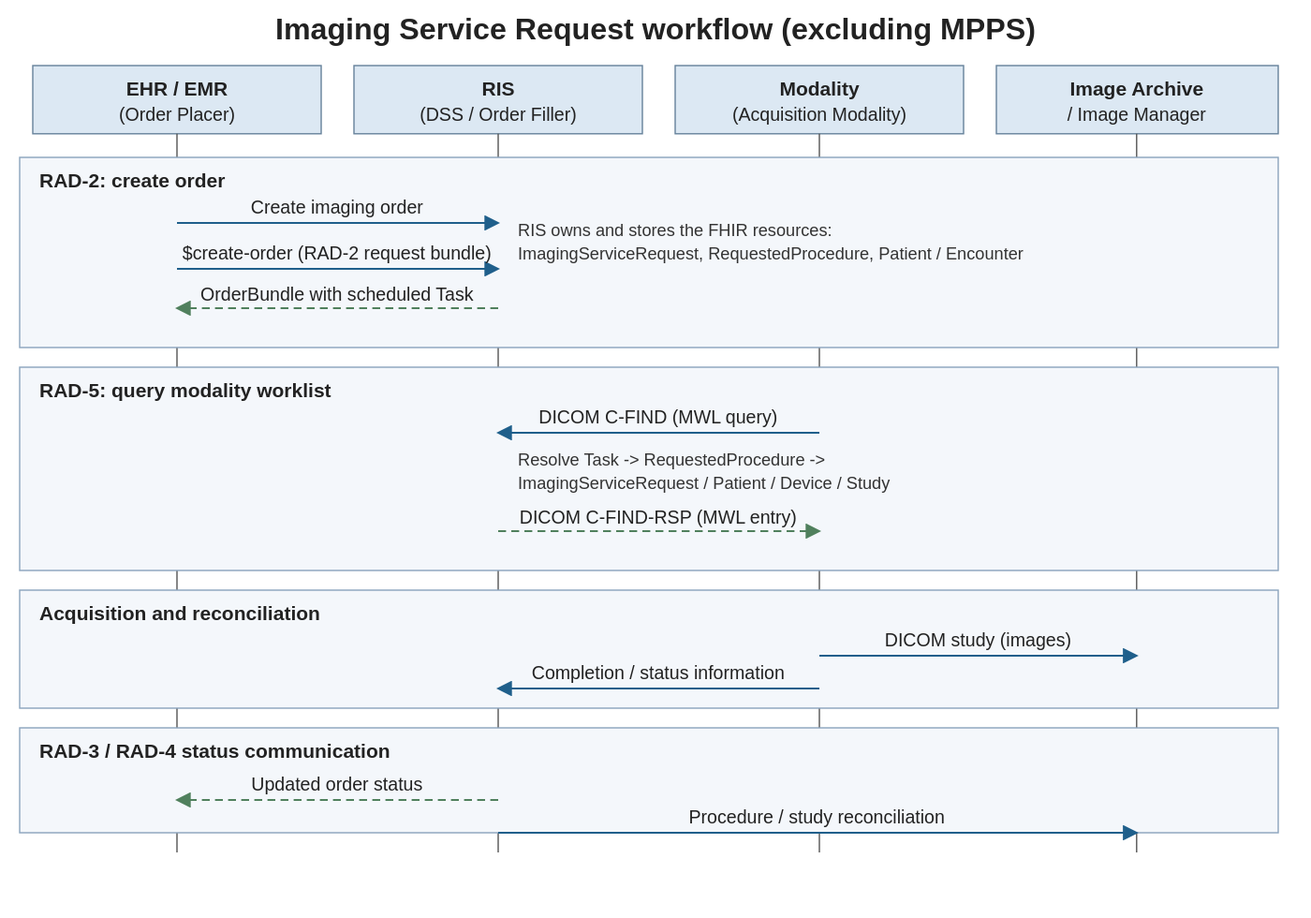
Before: input/images/imaging_service_request_workflow.svg, a diagram exported from PlantUML (HL7/imaging-service-request-ig). Its source is kept beside it as input/images-source/imaging_service_request_workflow.plantuml.
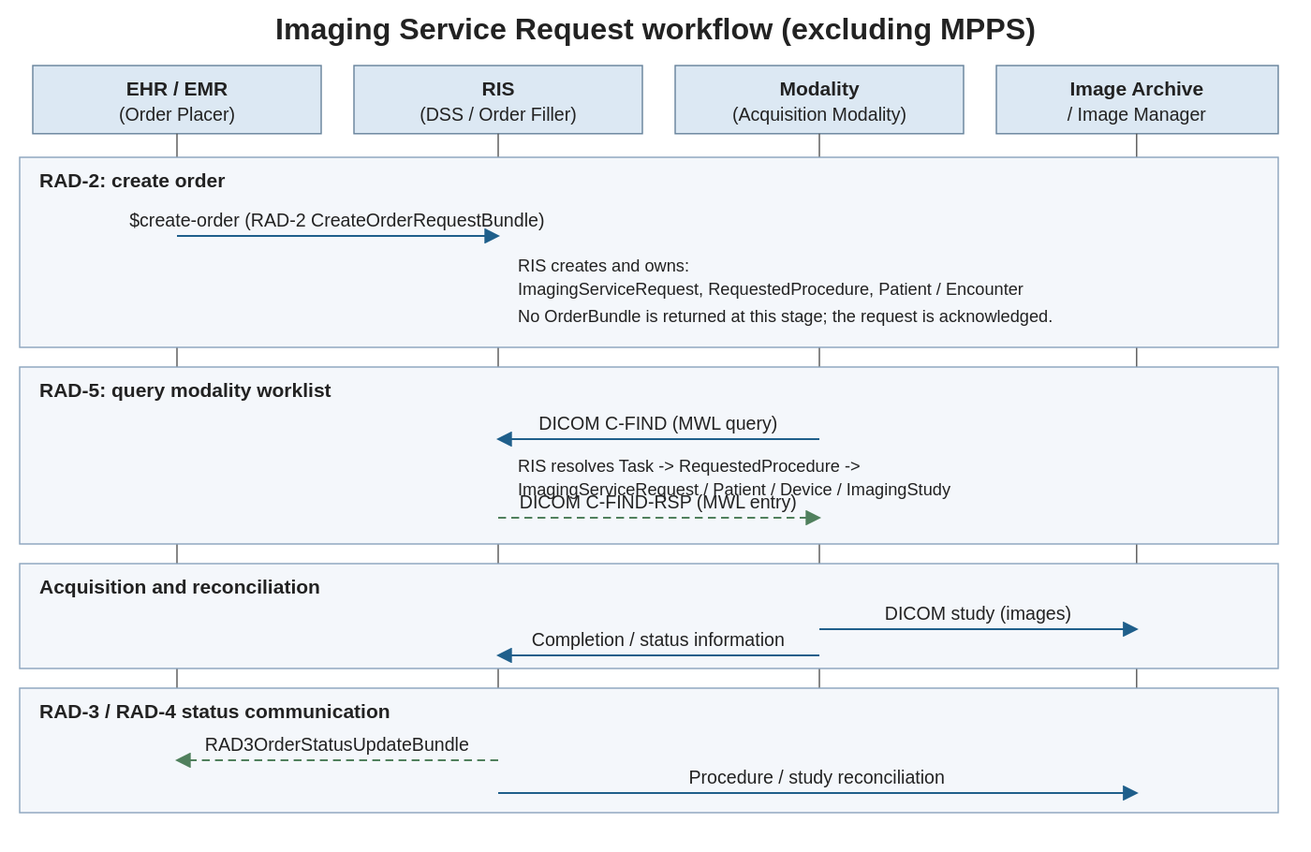
After the commit.

Change to the diagram source:
```diff
@@ -9,14 +9,16 @@
 participant "Image archive /\nImage Manager" as archive
 
 group RAD-2: create order
-  ehr -> ris: Create imaging order
   ehr -> ris: $create-order\n(RAD-2 CreateOrderRequestBundle)
   note right of ris
     ServiceRequest (ImagingServiceRequest)
     ServiceRequest (RequestedProcedure)
     Patient / Encounter
   end note
-  ris --> ehr: OrderBundle\n(including Task / scheduled step)
+  note over ris
+    RIS creates and owns the resulting FHIR resources,
+    including the scheduled Task / MWL entry.
+  end note
 end
 
 group RAD-5: query modality worklist
@@ -39,7 +41,7 @@
 end
 
 group RAD-3 / RAD-4 status communication
-  ris --> ehr: Updated order status\n(RAD-3 / FHIR exchange)
+  ris --> ehr: RAD-3 status update\n(RAD3OrderStatusUpdateBundle)
   ris -> archive: Procedure/study reconciliation\n(RAD-4 / RAD-13)
 end
 
```
